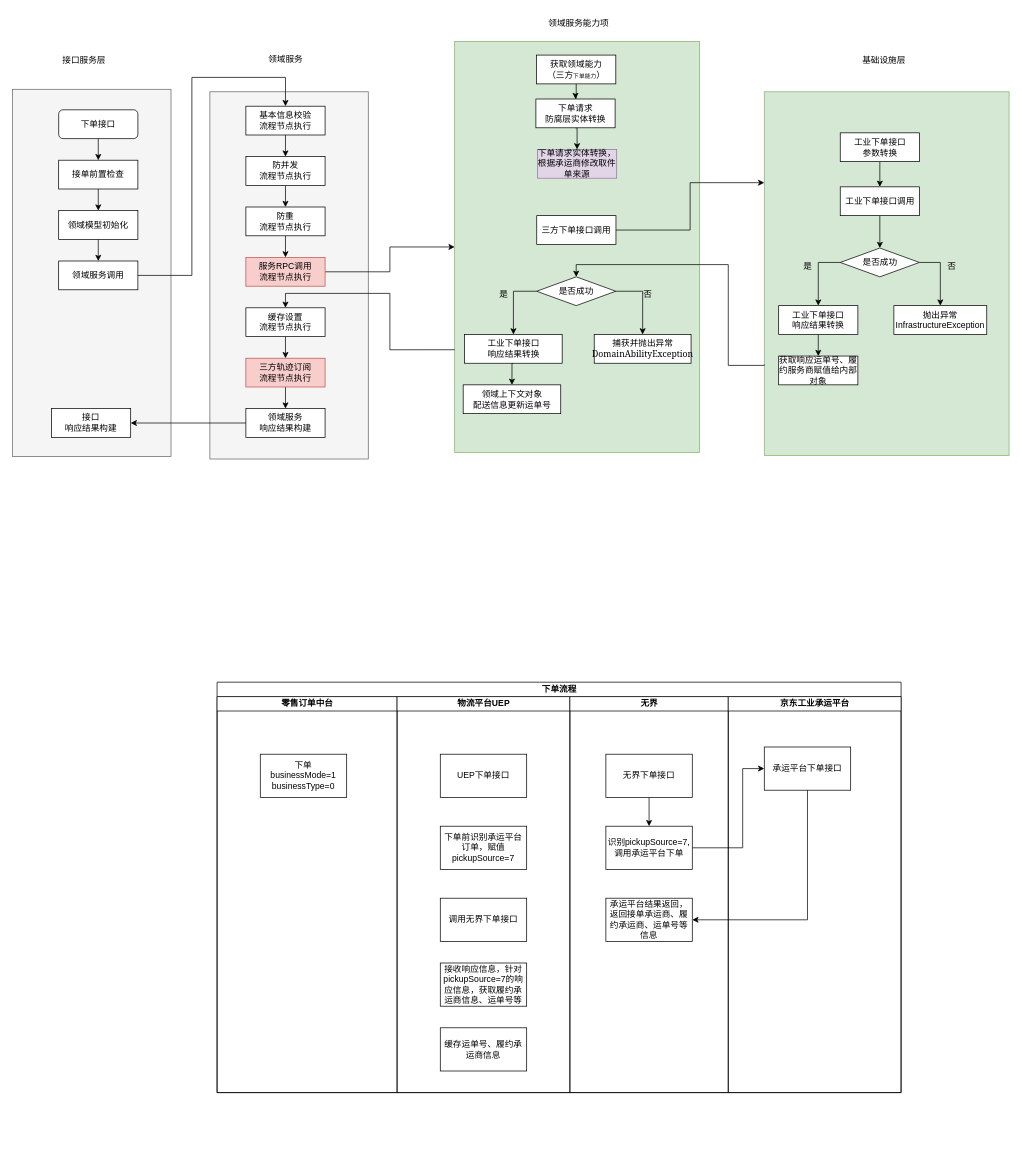
The draw.io diagram page "承运平台物流平台下单" (37 of 37) of Untitled Diagram.drawio in lixintao03/lixintao.github.io, before the edit. Source tidied: cells renumbered, new cells numbered last; positions are measured from the earlier drawing's top-left corner, leaving out a move shared by most shapes. Both pictures are drawn from the tidied source at 72%, with x=0, y=0 at pixel (12, 12).
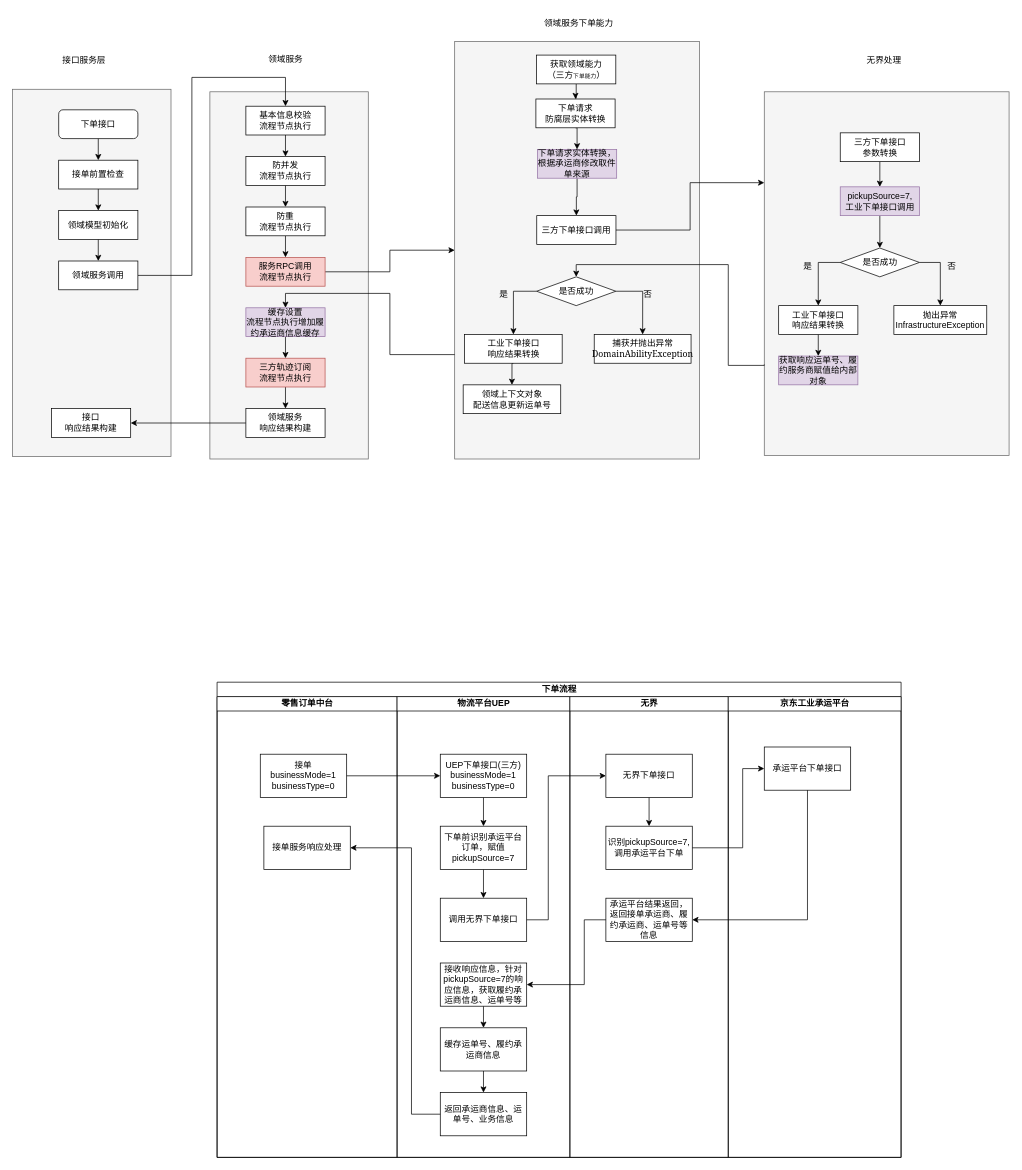
After the change.

The change refers to these unchanged cells:
```xml
<mxCell id="32" value="三方下单接口调用" style="rounded=0;whiteSpace=wrap;html=1;" parent="1" vertex="1">
  <mxGeometry x="728" y="282" width="110" height="40" as="geometry" />
</mxCell>
<mxCell id="63" value="下单请求实体转换，根据承运商修改取件单来源" style="rounded=0;whiteSpace=wrap;html=1;fillColor=#e1d5e7;strokeColor=#9673a6;" parent="1" vertex="1">
  <mxGeometry x="729" y="190" width="110" height="40" as="geometry" />
</mxCell>
<mxCell id="69" value="下单前识别承运平台订单，赋值pickupSource=7" style="rounded=0;whiteSpace=wrap;html=1;" parent="67" vertex="1">
  <mxGeometry x="60" y="180" width="120" height="60" as="geometry" />
</mxCell>
<mxCell id="70" value="调用无界下单接口" style="rounded=0;whiteSpace=wrap;html=1;" parent="67" vertex="1">
  <mxGeometry x="60" y="280" width="120" height="60" as="geometry" />
</mxCell>
<mxCell id="71" value="接收响应信息，针对pickupSource=7的响应信息，获取履约承运商信息、运单号等" style="rounded=0;whiteSpace=wrap;html=1;" parent="67" vertex="1">
  <mxGeometry x="60" y="370" width="120" height="60" as="geometry" />
</mxCell>
<mxCell id="72" value="缓存运单号、履约承运商信息" style="rounded=0;whiteSpace=wrap;html=1;" parent="67" vertex="1">
  <mxGeometry x="60" y="460" width="120" height="60" as="geometry" />
</mxCell>
<mxCell id="75" value="无界下单接口" style="rounded=0;whiteSpace=wrap;html=1;" parent="73" vertex="1">
  <mxGeometry x="50" y="80" width="120" height="60" as="geometry" />
</mxCell>
<mxCell id="77" value="承运平台结果返回，&lt;br&gt;返回接单承运商、履约承运商、运单号等信息" style="rounded=0;whiteSpace=wrap;html=1;" parent="73" vertex="1">
  <mxGeometry x="50" y="280" width="120" height="60" as="geometry" />
</mxCell>
```

The edit, as a diff of the source:
```diff
@@
-    <mxCell id="3" style="rounded=0;whiteSpace=wrap;html=1;fillColor=#d5e8d4;strokeColor=#82b366;" parent="1" vertex="1">
+    <mxCell id="3" style="rounded=0;whiteSpace=wrap;html=1;fillColor=#f5f5f5;strokeColor=#666666;fontColor=#333333;" parent="1" vertex="1">
       <mxGeometry x="1044" y="110" width="340" height="505" as="geometry" />
     </mxCell>
-    <mxCell id="4" style="rounded=0;whiteSpace=wrap;html=1;fillColor=#d5e8d4;strokeColor=#82b366;" parent="1" vertex="1">
-      <mxGeometry x="614" y="40" width="340" height="571" as="geometry" />
+    <mxCell id="4" style="rounded=0;whiteSpace=wrap;html=1;fillColor=#f5f5f5;strokeColor=#666666;fontColor=#333333;" parent="1" vertex="1">
+      <mxGeometry x="614" y="40" width="340" height="580" as="geometry" />
     </mxCell>
@@
-    <mxCell id="23" value="缓存设置&lt;br&gt;流程节点执行" style="rounded=0;whiteSpace=wrap;html=1;" parent="1" vertex="1">
+    <mxCell id="23" value="缓存设置&lt;br&gt;流程节点执行增加履约承运商信息缓存" style="rounded=0;whiteSpace=wrap;html=1;fillColor=#e1d5e7;strokeColor=#9673a6;" parent="1" vertex="1">
       <mxGeometry x="324" y="410" width="110" height="40" as="geometry" />
     </mxCell>
@@
-    <mxCell id="34" value="工业下单接口调用" style="rounded=0;whiteSpace=wrap;html=1;" parent="1" vertex="1">
+    <mxCell id="34" value="pickupSource=7,&lt;br&gt;工业下单接口调用" style="rounded=0;whiteSpace=wrap;html=1;fillColor=#e1d5e7;strokeColor=#9673a6;" parent="1" vertex="1">
       <mxGeometry x="1149.5" y="242" width="110" height="40" as="geometry" />
     </mxCell>
@@
-    <mxCell id="36" value="工业下单接口&lt;br&gt;参数转换" style="rounded=0;whiteSpace=wrap;html=1;" parent="1" vertex="1">
+    <mxCell id="36" value="三方下单接口&lt;br&gt;参数转换" style="rounded=0;whiteSpace=wrap;html=1;" parent="1" vertex="1">
       <mxGeometry x="1149.5" y="167" width="110" height="40" as="geometry" />
     </mxCell>
@@
-    <mxCell id="54" value="获取响应运单号、履约服务商赋值给内部对象" style="rounded=0;whiteSpace=wrap;html=1;" parent="1" vertex="1">
+    <mxCell id="54" value="获取响应运单号、履约服务商赋值给内部对象" style="rounded=0;whiteSpace=wrap;html=1;fillColor=#e1d5e7;strokeColor=#9673a6;" parent="1" vertex="1">
       <mxGeometry x="1064" y="477" width="110" height="40" as="geometry" />
     </mxCell>
@@
-    <mxCell id="56" value="领域服务能力项" style="text;html=1;align=center;verticalAlign=middle;strokeColor=none;fillColor=none;" parent="1" vertex="1">
-      <mxGeometry x="731" width="110" height="30" as="geometry" />
+    <mxCell id="56" value="领域服务下单能力" style="text;html=1;align=center;verticalAlign=middle;strokeColor=none;fillColor=none;" parent="1" vertex="1">
+      <mxGeometry x="726" width="120" height="30" as="geometry" />
     </mxCell>
@@
-    <mxCell id="59" value="基础设施层" style="text;html=1;align=center;verticalAlign=middle;strokeColor=none;fillColor=none;" parent="1" vertex="1">
-      <mxGeometry x="1170" y="51" width="80" height="30" as="geometry" />
+    <mxCell id="59" value="无界处理" style="text;html=1;align=center;verticalAlign=middle;strokeColor=none;fillColor=none;" parent="1" vertex="1">
+      <mxGeometry x="1175" y="51" width="70" height="30" as="geometry" />
     </mxCell>
@@
+    <mxCell id="82" style="edgeStyle=orthogonalEdgeStyle;rounded=0;jettySize=auto;html=1;exitX=0.5;exitY=1;exitDx=0;exitDy=0;entryX=0.5;entryY=0;entryDx=0;entryDy=0;" parent="1" edge="1" source="63" target="32">
+      <mxGeometry relative="1" as="geometry" />
+    </mxCell>
@@
     <mxCell id="64" value="下单流程" style="swimlane;startSize=20;html=1;" parent="1" vertex="1">
-      <mxGeometry x="284" y="930" width="950" height="570" as="geometry" />
+      <mxGeometry x="284" y="930" width="950" height="660" as="geometry" />
     </mxCell>
     <mxCell id="65" value="零售订单中台" style="swimlane;startSize=20;html=1;" parent="64" vertex="1">
-      <mxGeometry y="20" width="250" height="550" as="geometry" />
+      <mxGeometry y="20" width="250" height="640" as="geometry" />
     </mxCell>
-    <mxCell id="66" value="下单&lt;br&gt;businessMode=1&lt;br&gt;businessType=0&lt;br&gt;" style="rounded=0;whiteSpace=wrap;html=1;" parent="65" vertex="1">
+    <mxCell id="66" value="接单&lt;br&gt;businessMode=1&lt;br&gt;businessType=0" style="rounded=0;whiteSpace=wrap;html=1;" parent="65" vertex="1">
       <mxGeometry x="60" y="80" width="120" height="60" as="geometry" />
     </mxCell>
+    <mxCell id="83" value="接单服务响应处理" style="rounded=0;whiteSpace=wrap;html=1;" parent="65" vertex="1">
+      <mxGeometry x="65" y="180" width="120" height="60" as="geometry" />
+    </mxCell>
     <mxCell id="67" value="物流平台UEP" style="swimlane;startSize=20;html=1;" parent="64" vertex="1">
-      <mxGeometry x="250" y="20" width="240" height="550" as="geometry" />
+      <mxGeometry x="250" y="20" width="240" height="640" as="geometry" />
     </mxCell>
+    <mxCell id="84" style="edgeStyle=orthogonalEdgeStyle;rounded=0;jettySize=auto;html=1;exitX=0.5;exitY=1;exitDx=0;exitDy=0;entryX=0.5;entryY=0;entryDx=0;entryDy=0;" parent="67" edge="1" source="68" target="69">
+      <mxGeometry relative="1" as="geometry" />
+    </mxCell>
-    <mxCell id="68" value="UEP下单接口" style="rounded=0;whiteSpace=wrap;html=1;" parent="67" vertex="1">
+    <mxCell id="68" value="UEP下单接口(三方)&lt;br&gt;businessMode=1&lt;br&gt;businessType=0" style="rounded=0;whiteSpace=wrap;html=1;" parent="67" vertex="1">
       <mxGeometry x="60" y="80" width="120" height="60" as="geometry" />
     </mxCell>
+    <mxCell id="85" style="edgeStyle=orthogonalEdgeStyle;rounded=0;jettySize=auto;html=1;exitX=0.5;exitY=1;exitDx=0;exitDy=0;entryX=0.5;entryY=0;entryDx=0;entryDy=0;" parent="67" edge="1" source="69" target="70">
+      <mxGeometry relative="1" as="geometry" />
+    </mxCell>
@@
+    <mxCell id="86" style="edgeStyle=orthogonalEdgeStyle;rounded=0;jettySize=auto;html=1;exitX=0.5;exitY=1;exitDx=0;exitDy=0;entryX=0.5;entryY=0;entryDx=0;entryDy=0;" parent="67" edge="1" source="71" target="72">
+      <mxGeometry relative="1" as="geometry" />
+    </mxCell>
@@
+    <mxCell id="87" style="edgeStyle=orthogonalEdgeStyle;rounded=0;jettySize=auto;html=1;exitX=0.5;exitY=1;exitDx=0;exitDy=0;entryX=0.5;entryY=0;entryDx=0;entryDy=0;" parent="67" edge="1" source="72" target="88">
+      <mxGeometry relative="1" as="geometry" />
+    </mxCell>
@@
+    <mxCell id="88" value="返回承运商信息、运单号、业务信息" style="rounded=0;whiteSpace=wrap;html=1;" parent="67" vertex="1">
+      <mxGeometry x="60" y="550" width="120" height="60" as="geometry" />
+    </mxCell>
     <mxCell id="73" value="无界" style="swimlane;startSize=20;html=1;" parent="64" vertex="1">
-      <mxGeometry x="490" y="20" width="220" height="550" as="geometry" />
+      <mxGeometry x="490" y="20" width="220" height="640" as="geometry" />
     </mxCell>
@@
     <mxCell id="78" value="京东工业承运平台" style="swimlane;startSize=20;html=1;" parent="64" vertex="1">
-      <mxGeometry x="710" y="20" width="240" height="550" as="geometry" />
+      <mxGeometry x="710" y="20" width="240" height="640" as="geometry" />
     </mxCell>
@@
+    <mxCell id="89" style="edgeStyle=orthogonalEdgeStyle;rounded=0;jettySize=auto;html=1;exitX=0;exitY=0.5;exitDx=0;exitDy=0;entryX=1;entryY=0.5;entryDx=0;entryDy=0;" parent="64" edge="1" source="77" target="71">
+      <mxGeometry relative="1" as="geometry">
+        <Array as="points">
+          <mxPoint x="510" y="330" />
+          <mxPoint x="510" y="420" />
+        </Array>
+      </mxGeometry>
+    </mxCell>
+    <mxCell id="90" style="edgeStyle=orthogonalEdgeStyle;rounded=0;jettySize=auto;html=1;exitX=1;exitY=0.5;exitDx=0;exitDy=0;entryX=0;entryY=0.5;entryDx=0;entryDy=0;" parent="64" edge="1" source="70" target="75">
+      <mxGeometry relative="1" as="geometry">
+        <Array as="points">
+          <mxPoint x="460" y="330" />
+          <mxPoint x="460" y="130" />
+        </Array>
+      </mxGeometry>
+    </mxCell>
+    <mxCell id="91" style="edgeStyle=orthogonalEdgeStyle;rounded=0;jettySize=auto;html=1;exitX=1;exitY=0.5;exitDx=0;exitDy=0;entryX=0;entryY=0.5;entryDx=0;entryDy=0;" parent="64" edge="1" source="66" target="68">
+      <mxGeometry relative="1" as="geometry" />
+    </mxCell>
+    <mxCell id="92" style="edgeStyle=orthogonalEdgeStyle;rounded=0;jettySize=auto;html=1;exitX=0;exitY=0.5;exitDx=0;exitDy=0;entryX=1;entryY=0.5;entryDx=0;entryDy=0;" parent="64" edge="1" source="88" target="83">
+      <mxGeometry relative="1" as="geometry">
+        <Array as="points">
+          <mxPoint x="270" y="600" />
+          <mxPoint x="270" y="230" />
+        </Array>
+      </mxGeometry>
+    </mxCell>
```
